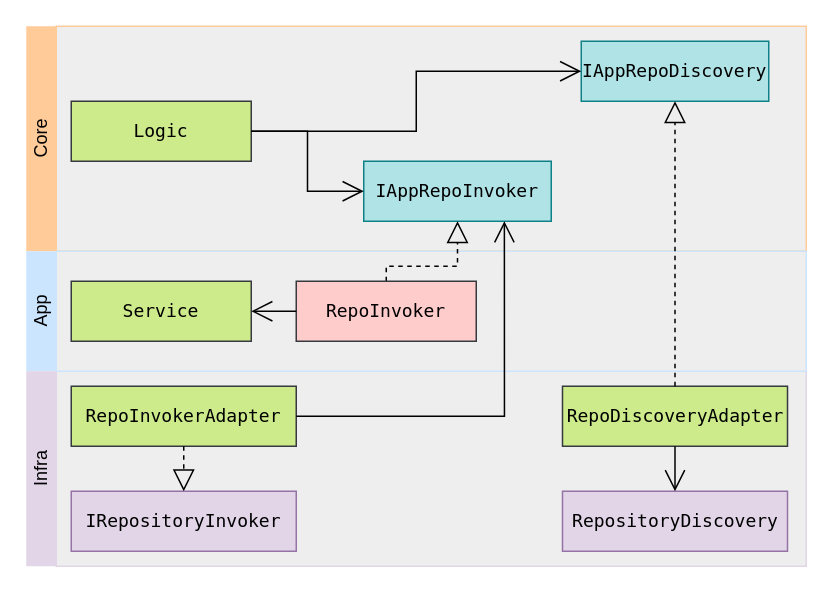
This is page "Page-3" (3 of 4) of assets/implementation-repo-discovery.drawio from tmukammel/lib-repo-discovery, a draw.io file, before an edit. Source tidied: cells renumbered, new cells numbered last; positions are measured from the earlier drawing's top-left corner, leaving out a move shared by most shapes. Both pictures are drawn from the tidied source at 150%, with x=0, y=0 at pixel (-72, 26).
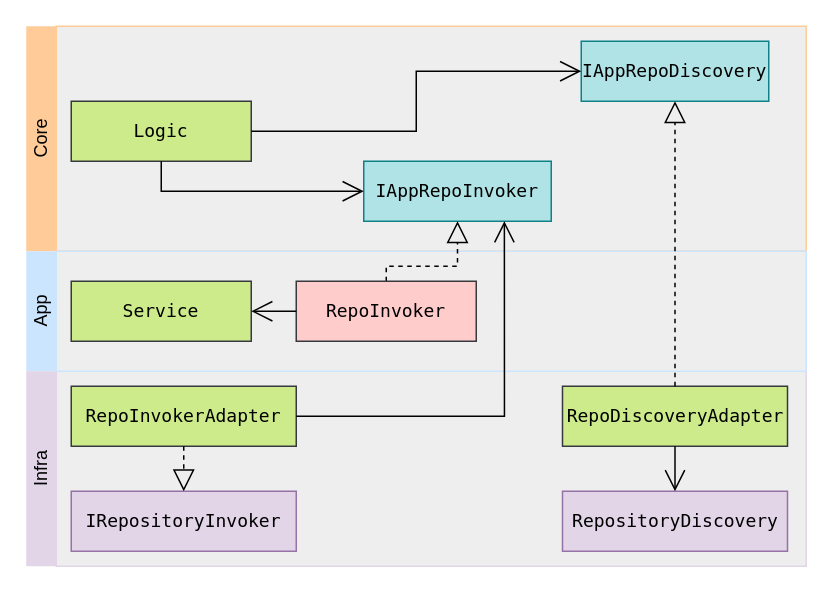
The same page after the edit.

The change refers to these unchanged cells:
```xml
<mxCell id="5" value="Logic" style="rounded=0;whiteSpace=wrap;html=1;fontFamily=menlo;fillColor=#cdeb8b;strokeColor=#36393d;" parent="1" vertex="1">
  <mxGeometry x="95" y="50" width="120" height="40" as="geometry" />
</mxCell>
<mxCell id="6" value="IAppRepoInvoker" style="rounded=0;whiteSpace=wrap;html=1;fontFamily=menlo;fillColor=#b0e3e6;strokeColor=#0e8088;" parent="1" vertex="1">
  <mxGeometry x="290" y="90" width="125" height="40" as="geometry" />
</mxCell>
```

What changed in the source:
```diff
@@
-    <mxCell id="13" style="endArrow=open;endFill=1;endSize=12;html=1;rounded=0;entryX=0;entryY=0.5;entryDx=0;entryDy=0;exitX=1;exitY=0.5;exitDx=0;exitDy=0;edgeStyle=orthogonalEdgeStyle;" parent="1" edge="1" source="5" target="6">
+    <mxCell id="13" style="endArrow=open;endFill=1;endSize=12;html=1;rounded=0;entryX=0;entryY=0.5;entryDx=0;entryDy=0;exitX=0.5;exitY=1;exitDx=0;exitDy=0;edgeStyle=orthogonalEdgeStyle;" parent="1" edge="1" source="5" target="6">
       <mxGeometry relative="1" as="geometry" />
     </mxCell>
```
